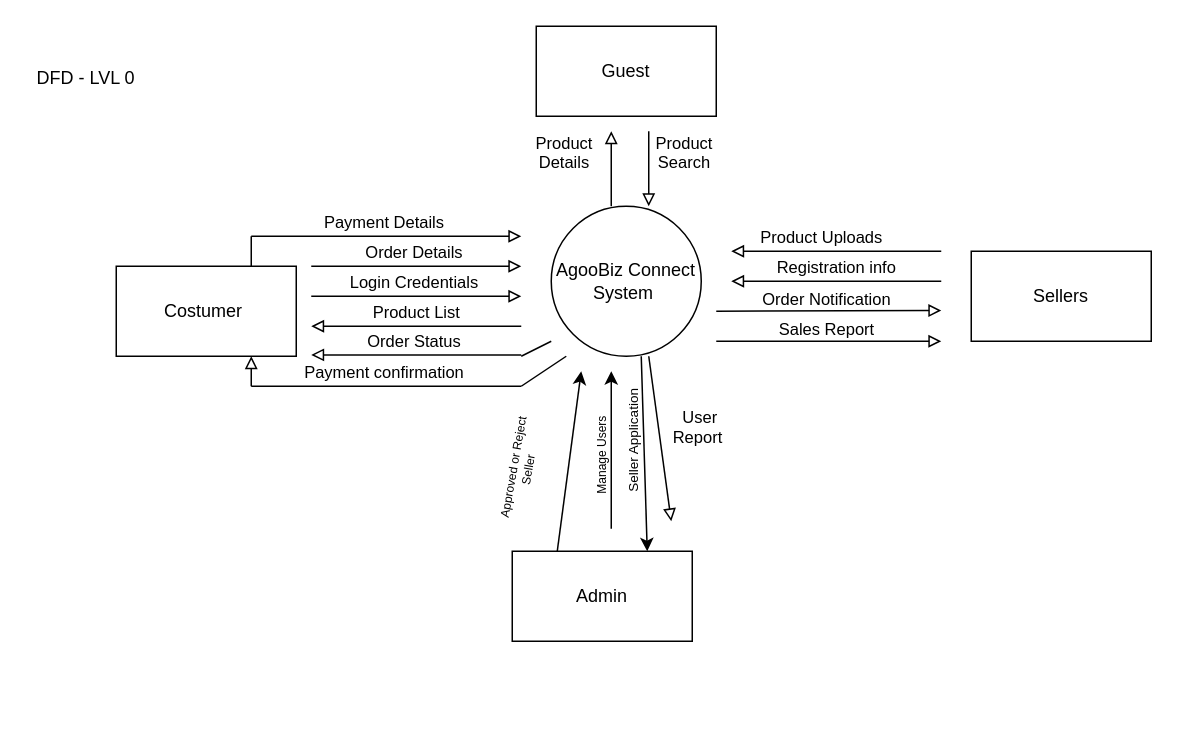
Above: page "Page-1" (1 of 2) of Charts and Graphs/01_DFD/stage0.drawio in StephanieRivales/AgooBiz_Connect (draw.io), before the change. Source tidied: cells renumbered, new cells numbered last; positions are measured from the earlier drawing's top-left corner, leaving out a move shared by most shapes. Both pictures are drawn from the tidied source at 150%, with x=0, y=0 at pixel (26, 26).
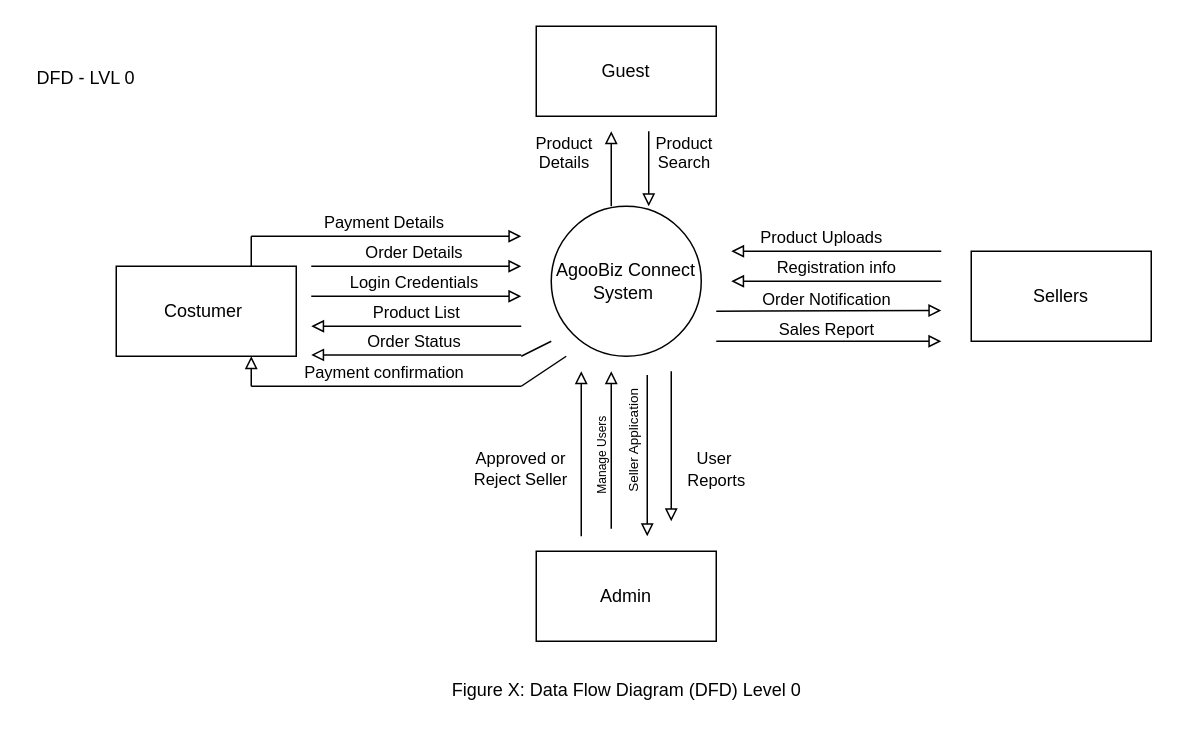
Above is the later version.

Unchanged cells that the change refers to:
```xml
<mxCell id="2" value="AgooBiz Connect System&amp;nbsp;" style="ellipse;whiteSpace=wrap;html=1;" parent="1" vertex="1">
  <mxGeometry x="350" y="120" width="100" height="100" as="geometry" />
</mxCell>
<mxCell id="26" value="Seller Application&amp;nbsp;" style="text;html=1;whiteSpace=wrap;strokeColor=none;fillColor=none;align=center;verticalAlign=middle;rounded=0;rotation=-90;fontSize=9;" parent="1" vertex="1">
  <mxGeometry x="345" y="260" width="120" height="30" as="geometry" />
</mxCell>
```

What changed in the source:
```diff
@@
     <mxCell id="23" value="Admin" style="rounded=0;whiteSpace=wrap;html=1;" parent="1" vertex="1">
-      <mxGeometry x="324" y="350" width="120" height="60" as="geometry" />
+      <mxGeometry x="340" y="350" width="120" height="60" as="geometry" />
     </mxCell>
-    <mxCell id="24" value="User&lt;div&gt;Report&amp;nbsp;&lt;/div&gt;" style="html=1;verticalAlign=bottom;endArrow=block;curved=0;rounded=0;endFill=0;" parent="1" edge="1">
+    <mxCell id="24" value="&lt;br&gt;&lt;div&gt;&lt;br&gt;&lt;/div&gt;" style="html=1;verticalAlign=bottom;endArrow=block;curved=0;rounded=0;endFill=0;" parent="1" edge="1">
       <mxGeometry x="0.2" y="25" relative="1" as="geometry">
-        <mxPoint x="415" y="220" as="sourcePoint" />
+        <mxPoint x="430" y="230" as="sourcePoint" />
         <mxPoint x="430" y="330" as="targetPoint" />
       </mxGeometry>
     </mxCell>
-    <mxCell id="25" style="endArrow=classic;html=1;rounded=0;entryX=0.75;entryY=0;entryDx=0;entryDy=0;exitX=0.6;exitY=1;exitDx=0;exitDy=0;exitPerimeter=0;" parent="1" edge="1" source="2" target="23">
-      <mxGeometry relative="1" as="geometry" />
-    </mxCell>
@@
-    <mxCell id="27" style="endArrow=classic;html=1;rounded=0;exitX=0;exitY=0;exitDx=0;exitDy=0;entryX=0.875;entryY=0;entryDx=0;entryDy=0;entryPerimeter=0;" parent="1" edge="1" source="26" target="26">
+    <mxCell id="27" style="endArrow=block;html=1;rounded=0;exitX=0;exitY=0;exitDx=0;exitDy=0;entryX=0.875;entryY=0;entryDx=0;entryDy=0;entryPerimeter=0;endFill=0;" parent="1" edge="1" source="26" target="26">
       <mxGeometry relative="1" as="geometry" />
     </mxCell>
@@
-    <mxCell id="29" style="endArrow=classic;html=1;rounded=0;exitX=0.25;exitY=0;exitDx=0;exitDy=0;" parent="1" edge="1" source="23">
+    <mxCell id="29" style="endArrow=block;html=1;rounded=0;endFill=0;" parent="1" edge="1">
       <mxGeometry relative="1" as="geometry">
+        <mxPoint x="370" y="340" as="sourcePoint" />
         <mxPoint x="370" y="230" as="targetPoint" />
       </mxGeometry>
     </mxCell>
-    <mxCell id="30" value="Approved or Reject Seller" style="text;html=1;whiteSpace=wrap;strokeColor=none;fillColor=none;align=center;verticalAlign=middle;rounded=0;rotation=-80;fontSize=8;" parent="1" vertex="1">
+    <mxCell id="30" value="&lt;font style=&quot;font-size: 11px;&quot;&gt;Approved or Reject Seller&lt;/font&gt;" style="text;html=1;whiteSpace=wrap;strokeColor=none;fillColor=none;align=center;verticalAlign=middle;rounded=0;rotation=0;fontSize=8;" parent="1" vertex="1">
       <mxGeometry x="290" y="280" width="80" height="30" as="geometry" />
     </mxCell>
+    <mxCell id="31" style="html=1;verticalAlign=bottom;endArrow=block;curved=0;rounded=0;endFill=0;" parent="1" edge="1">
+      <mxGeometry x="0.2" y="25" relative="1" as="geometry">
+        <mxPoint x="414" y="232.5" as="sourcePoint" />
+        <mxPoint x="414" y="340" as="targetPoint" />
+      </mxGeometry>
+    </mxCell>
+    <mxCell id="32" value="&lt;font style=&quot;font-size: 11px;&quot;&gt;User&amp;nbsp;&lt;/font&gt;&lt;div&gt;&lt;font style=&quot;font-size: 11px;&quot;&gt;Reports&lt;/font&gt;&lt;/div&gt;" style="text;html=1;align=center;verticalAlign=middle;strokeColor=none;fillColor=none;" parent="1" vertex="1">
+      <mxGeometry x="430" y="275" width="60" height="40" as="geometry" />
+    </mxCell>
+    <mxCell id="33" value="Figure X: Data Flow Diagram (DFD) Level 0" style="text;html=1;align=center;verticalAlign=middle;strokeColor=none;fillColor=none;" parent="1" vertex="1">
+      <mxGeometry x="270" y="428" width="260" height="30" as="geometry" />
+    </mxCell>
```
